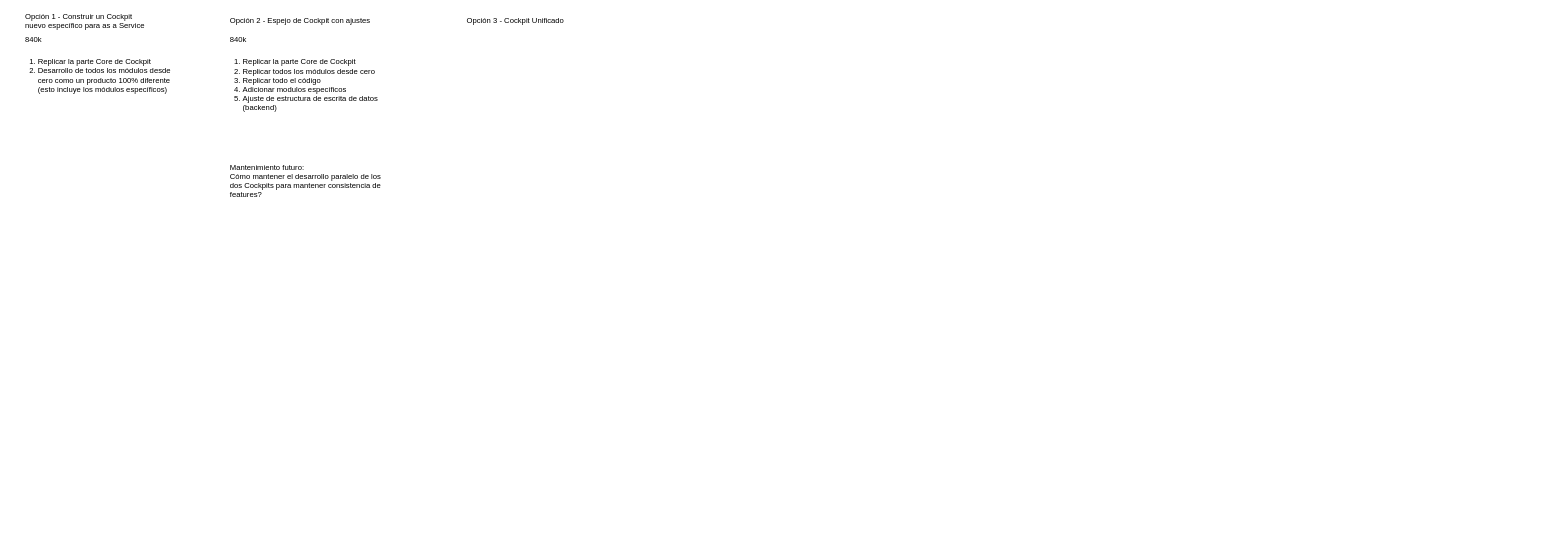
Earlier version of the draw.io diagram Ejercicio Cockpit as a Service.drawio (marcelatanaka-datascience/diagrams). Source tidied: cells renumbered, new cells numbered last; positions are measured from the earlier drawing's top-left corner, leaving out a move shared by most shapes. Both pictures are drawn from the tidied source at 64%, with x=0, y=0 at pixel (11, 11).
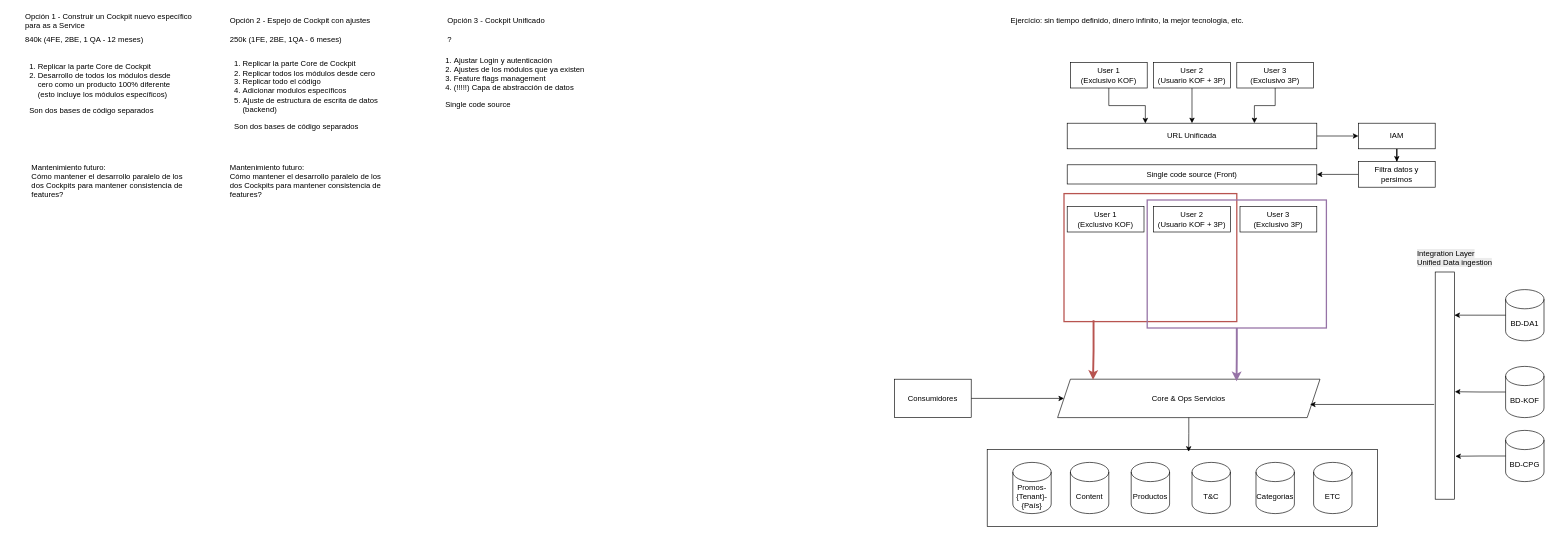
The same page after the edit.

Diff of the diagram source:
```diff
@@
+    <mxCell id="10" style="rounded=0;whiteSpace=wrap;html=1;" parent="1" vertex="1">
+      <mxGeometry x="1525" y="685" width="610" height="120" as="geometry" />
+    </mxCell>
     <mxCell id="2" value="Opción 1 - Construir un Cockpit nuevo específico para as a Service" style="text;html=1;align=left;verticalAlign=middle;whiteSpace=wrap;rounded=0;" parent="1" vertex="1">
-      <mxGeometry x="20" width="200" height="30" as="geometry" />
+      <mxGeometry x="20" width="270" height="30" as="geometry" />
     </mxCell>
@@
-    <mxCell id="4" value="840k" style="text;html=1;align=left;verticalAlign=middle;whiteSpace=wrap;rounded=0;" parent="1" vertex="1">
-      <mxGeometry x="20" y="30" width="60" height="30" as="geometry" />
+    <mxCell id="4" value="840k (4FE, 2BE, 1 QA - 12 meses)" style="text;html=1;align=left;verticalAlign=middle;whiteSpace=wrap;rounded=0;" parent="1" vertex="1">
+      <mxGeometry x="20" y="30" width="200" height="30" as="geometry" />
     </mxCell>
-    <mxCell id="5" value="&lt;ol&gt;&lt;li&gt;Replicar la parte Core de Cockpit&lt;/li&gt;&lt;li&gt;Desarrollo de todos los módulos desde cero como un producto 100% diferente (esto incluye los módulos específicos)&lt;/li&gt;&lt;/ol&gt;" style="text;html=1;align=left;verticalAlign=middle;whiteSpace=wrap;rounded=0;" parent="1" vertex="1">
-      <mxGeometry y="70" width="250" height="60" as="geometry" />
+    <mxCell id="5" value="&lt;ol&gt;&lt;li&gt;Replicar la parte Core de Cockpit&lt;/li&gt;&lt;li&gt;Desarrollo de todos los módulos desde cero como un producto 100% diferente (esto incluye los módulos específicos)&amp;nbsp;&lt;/li&gt;&lt;/ol&gt;&lt;div&gt;&lt;span style=&quot;white-space: pre;&quot;&gt;&#9;&lt;/span&gt;Son dos bases de código separados&lt;/div&gt;" style="text;html=1;align=left;verticalAlign=middle;whiteSpace=wrap;rounded=0;" parent="1" vertex="1">
+      <mxGeometry y="85" width="250" height="60" as="geometry" />
     </mxCell>
-    <mxCell id="6" value="&lt;ol&gt;&lt;li&gt;Replicar la parte Core de Cockpit&lt;/li&gt;&lt;li&gt;Replicar todos los módulos desde cero&lt;/li&gt;&lt;li&gt;Replicar todo el código&lt;/li&gt;&lt;li&gt;Adicionar modulos específicos&lt;/li&gt;&lt;li&gt;Ajuste de estructura de escrita de datos (backend)&lt;/li&gt;&lt;/ol&gt;" style="text;html=1;align=left;verticalAlign=middle;whiteSpace=wrap;rounded=0;" parent="1" vertex="1">
-      <mxGeometry x="320" y="70" width="260" height="90" as="geometry" />
+    <mxCell id="6" value="&lt;ol&gt;&lt;li&gt;Replicar la parte Core de Cockpit&lt;/li&gt;&lt;li&gt;Replicar todos los módulos desde cero&lt;/li&gt;&lt;li&gt;Replicar todo el código&lt;/li&gt;&lt;li&gt;Adicionar modulos específicos&lt;/li&gt;&lt;li&gt;Ajuste de estructura de escrita de datos (backend)&lt;/li&gt;&lt;/ol&gt;&lt;div&gt;&lt;span style=&quot;white-space: pre;&quot;&gt;&#9;&lt;/span&gt;Son dos bases de código separados&lt;/div&gt;" style="text;html=1;align=left;verticalAlign=middle;whiteSpace=wrap;rounded=0;" parent="1" vertex="1">
+      <mxGeometry x="320" y="80" width="260" height="90" as="geometry" />
     </mxCell>
     <mxCell id="7" value="Opción 3 - Cockpit Unificado" style="text;html=1;align=left;verticalAlign=middle;whiteSpace=wrap;rounded=0;" parent="1" vertex="1">
-      <mxGeometry x="710" width="170" height="30" as="geometry" />
+      <mxGeometry x="680" width="170" height="30" as="geometry" />
     </mxCell>
-    <mxCell id="8" value="840k" style="text;html=1;align=left;verticalAlign=middle;whiteSpace=wrap;rounded=0;" parent="1" vertex="1">
-      <mxGeometry x="340" y="30" width="60" height="30" as="geometry" />
+    <mxCell id="8" value="250k (1FE, 2BE, 1QA - 6 meses)" style="text;html=1;align=left;verticalAlign=middle;whiteSpace=wrap;rounded=0;" parent="1" vertex="1">
+      <mxGeometry x="340" y="30" width="220" height="30" as="geometry" />
     </mxCell>
@@
+    <mxCell id="11" value="Mantenimiento futuro:&lt;div&gt;Cómo mantener el desarrollo paralelo de los dos Cockpits para mantener consistencia de features?&lt;/div&gt;" style="text;html=1;align=left;verticalAlign=middle;whiteSpace=wrap;rounded=0;" parent="1" vertex="1">
+      <mxGeometry x="30" y="240" width="250" height="50" as="geometry" />
+    </mxCell>
+    <mxCell id="12" value="Ejercício: sin tiempo definido, dinero infinito, la mejor tecnologia, etc." style="text;html=1;align=left;verticalAlign=middle;whiteSpace=wrap;rounded=0;" parent="1" vertex="1">
+      <mxGeometry x="1560" width="410" height="30" as="geometry" />
+    </mxCell>
+    <mxCell id="13" style="edgeStyle=orthogonalEdgeStyle;rounded=0;jettySize=auto;html=1;exitX=1;exitY=0.5;exitDx=0;exitDy=0;" parent="1" edge="1" source="14" target="26">
+      <mxGeometry relative="1" as="geometry" />
+    </mxCell>
+    <mxCell id="14" value="URL Unificada" style="rounded=0;whiteSpace=wrap;html=1;" parent="1" vertex="1">
+      <mxGeometry x="1650" y="175" width="390" height="40" as="geometry" />
+    </mxCell>
+    <mxCell id="15" value="User 1&lt;br&gt;(Exclusivo KOF)" style="rounded=0;whiteSpace=wrap;html=1;" parent="1" vertex="1">
+      <mxGeometry x="1655" y="80" width="120" height="40" as="geometry" />
+    </mxCell>
+    <mxCell id="16" style="edgeStyle=orthogonalEdgeStyle;rounded=0;jettySize=auto;html=1;" parent="1" edge="1" source="17" target="14">
+      <mxGeometry relative="1" as="geometry" />
+    </mxCell>
+    <mxCell id="17" value="User 2&lt;br&gt;(Usuario KOF + 3P)" style="rounded=0;whiteSpace=wrap;html=1;" parent="1" vertex="1">
+      <mxGeometry x="1785" y="80" width="120" height="40" as="geometry" />
+    </mxCell>
+    <mxCell id="18" style="edgeStyle=orthogonalEdgeStyle;rounded=0;jettySize=auto;html=1;entryX=0.75;entryY=0;entryDx=0;entryDy=0;" parent="1" edge="1" source="19" target="14">
+      <mxGeometry relative="1" as="geometry" />
+    </mxCell>
+    <mxCell id="19" value="User 3&lt;br&gt;(Exclusivo 3P)" style="rounded=0;whiteSpace=wrap;html=1;" parent="1" vertex="1">
+      <mxGeometry x="1915" y="80" width="120" height="40" as="geometry" />
+    </mxCell>
+    <mxCell id="20" style="edgeStyle=orthogonalEdgeStyle;rounded=0;jettySize=auto;html=1;entryX=0.313;entryY=0.006;entryDx=0;entryDy=0;entryPerimeter=0;" parent="1" edge="1" source="15" target="14">
+      <mxGeometry relative="1" as="geometry" />
+    </mxCell>
+    <mxCell id="21" value="User 1&lt;br&gt;(Exclusivo KOF)" style="rounded=0;whiteSpace=wrap;html=1;" parent="1" vertex="1">
+      <mxGeometry x="1650" y="305" width="120" height="40" as="geometry" />
+    </mxCell>
+    <mxCell id="22" value="User 2&lt;br&gt;(Usuario KOF + 3P)" style="rounded=0;whiteSpace=wrap;html=1;" parent="1" vertex="1">
+      <mxGeometry x="1785" y="305" width="120" height="40" as="geometry" />
+    </mxCell>
+    <mxCell id="23" value="User 3&lt;br&gt;(Exclusivo 3P)" style="rounded=0;whiteSpace=wrap;html=1;" parent="1" vertex="1">
+      <mxGeometry x="1920" y="305" width="120" height="40" as="geometry" />
+    </mxCell>
+    <mxCell id="24" value="Single code source (Front)" style="rounded=0;whiteSpace=wrap;html=1;" parent="1" vertex="1">
+      <mxGeometry x="1650" y="240" width="390" height="30" as="geometry" />
+    </mxCell>
+    <mxCell id="25" style="edgeStyle=orthogonalEdgeStyle;rounded=0;jettySize=auto;html=1;" parent="1" edge="1" source="26" target="28">
+      <mxGeometry relative="1" as="geometry" />
+    </mxCell>
+    <mxCell id="26" value="IAM" style="rounded=0;whiteSpace=wrap;html=1;" parent="1" vertex="1">
+      <mxGeometry x="2105" y="175" width="120" height="40" as="geometry" />
+    </mxCell>
+    <mxCell id="27" style="edgeStyle=orthogonalEdgeStyle;rounded=0;jettySize=auto;html=1;" parent="1" edge="1" source="28" target="24">
+      <mxGeometry relative="1" as="geometry" />
+    </mxCell>
+    <mxCell id="28" value="Filtra datos y persimos" style="rounded=0;whiteSpace=wrap;html=1;" parent="1" vertex="1">
+      <mxGeometry x="2105" y="235" width="120" height="40" as="geometry" />
+    </mxCell>
+    <mxCell id="29" style="rounded=0;whiteSpace=wrap;html=1;fillColor=none;strokeColor=#b85450;strokeWidth=2;" parent="1" vertex="1">
+      <mxGeometry x="1645" y="285" width="270" height="200" as="geometry" />
+    </mxCell>
+    <mxCell id="30" style="rounded=0;whiteSpace=wrap;html=1;fillColor=none;strokeColor=#9673a6;strokeWidth=2;" parent="1" vertex="1">
+      <mxGeometry x="1775" y="295" width="280" height="200" as="geometry" />
+    </mxCell>
+    <mxCell id="31" value="Core &amp;amp; Ops Servicios" style="shape=parallelogram;perimeter=parallelogramPerimeter;whiteSpace=wrap;html=1;fixedSize=1;" parent="1" vertex="1">
+      <mxGeometry x="1635" y="575" width="410" height="60" as="geometry" />
+    </mxCell>
+    <mxCell id="32" value="BD-DA1" style="shape=cylinder3;whiteSpace=wrap;html=1;boundedLbl=1;backgroundOutline=1;size=15;" parent="1" vertex="1">
+      <mxGeometry x="2335" y="435" width="60" height="80" as="geometry" />
+    </mxCell>
+    <mxCell id="33" value="BD-KOF" style="shape=cylinder3;whiteSpace=wrap;html=1;boundedLbl=1;backgroundOutline=1;size=15;" parent="1" vertex="1">
+      <mxGeometry x="2335" y="555" width="60" height="80" as="geometry" />
+    </mxCell>
+    <mxCell id="34" value="BD-CPG" style="shape=cylinder3;whiteSpace=wrap;html=1;boundedLbl=1;backgroundOutline=1;size=15;" parent="1" vertex="1">
+      <mxGeometry x="2335" y="655" width="60" height="80" as="geometry" />
+    </mxCell>
+    <mxCell id="35" style="rounded=0;whiteSpace=wrap;html=1;" parent="1" vertex="1">
+      <mxGeometry x="2225" y="407.5" width="30" height="355" as="geometry" />
+    </mxCell>
+    <mxCell id="36" value="&lt;span style=&quot;color: rgb(0, 0, 0); font-family: Helvetica; font-size: 12px; font-style: normal; font-variant-ligatures: normal; font-variant-caps: normal; font-weight: 400; letter-spacing: normal; orphans: 2; text-align: center; text-indent: 0px; text-transform: none; widows: 2; word-spacing: 0px; -webkit-text-stroke-width: 0px; white-space: normal; background-color: rgb(236, 236, 236); text-decoration-thickness: initial; text-decoration-style: initial; text-decoration-color: initial; float: none; display: inline !important;&quot;&gt;Integration Layer&lt;br&gt;Unified Data ingestion&lt;/span&gt;" style="text;whiteSpace=wrap;html=1;" parent="1" vertex="1">
+      <mxGeometry x="2195" y="365" width="150" height="27.5" as="geometry" />
+    </mxCell>
+    <mxCell id="37" style="edgeStyle=orthogonalEdgeStyle;rounded=0;jettySize=auto;html=1;exitX=0;exitY=0.5;exitDx=0;exitDy=0;exitPerimeter=0;entryX=1;entryY=0.19;entryDx=0;entryDy=0;entryPerimeter=0;" parent="1" edge="1" source="32" target="35">
+      <mxGeometry relative="1" as="geometry" />
+    </mxCell>
+    <mxCell id="38" style="edgeStyle=orthogonalEdgeStyle;rounded=0;jettySize=auto;html=1;exitX=0;exitY=0.5;exitDx=0;exitDy=0;exitPerimeter=0;entryX=1.023;entryY=0.527;entryDx=0;entryDy=0;entryPerimeter=0;" parent="1" edge="1" source="33" target="35">
+      <mxGeometry relative="1" as="geometry" />
+    </mxCell>
+    <mxCell id="39" style="edgeStyle=orthogonalEdgeStyle;rounded=0;jettySize=auto;html=1;exitX=0;exitY=0.5;exitDx=0;exitDy=0;exitPerimeter=0;entryX=1.049;entryY=0.811;entryDx=0;entryDy=0;entryPerimeter=0;" parent="1" edge="1" source="34" target="35">
+      <mxGeometry relative="1" as="geometry" />
+    </mxCell>
+    <mxCell id="40" style="edgeStyle=orthogonalEdgeStyle;rounded=0;jettySize=auto;html=1;exitX=-0.054;exitY=0.583;exitDx=0;exitDy=0;entryX=0.962;entryY=0.658;entryDx=0;entryDy=0;entryPerimeter=0;exitPerimeter=0;" parent="1" edge="1" source="35" target="31">
+      <mxGeometry relative="1" as="geometry" />
+    </mxCell>
+    <mxCell id="41" value="Promos-{Tenant}-{País}" style="shape=cylinder3;whiteSpace=wrap;html=1;boundedLbl=1;backgroundOutline=1;size=15;" parent="1" vertex="1">
+      <mxGeometry x="1565" y="705" width="60" height="80" as="geometry" />
+    </mxCell>
+    <mxCell id="42" value="Content" style="shape=cylinder3;whiteSpace=wrap;html=1;boundedLbl=1;backgroundOutline=1;size=15;" parent="1" vertex="1">
+      <mxGeometry x="1655" y="705" width="60" height="80" as="geometry" />
+    </mxCell>
+    <mxCell id="43" value="Productos" style="shape=cylinder3;whiteSpace=wrap;html=1;boundedLbl=1;backgroundOutline=1;size=15;" parent="1" vertex="1">
+      <mxGeometry x="1750" y="705" width="60" height="80" as="geometry" />
+    </mxCell>
+    <mxCell id="44" value="T&amp;amp;C" style="shape=cylinder3;whiteSpace=wrap;html=1;boundedLbl=1;backgroundOutline=1;size=15;" parent="1" vertex="1">
+      <mxGeometry x="1845" y="705" width="60" height="80" as="geometry" />
+    </mxCell>
+    <mxCell id="45" value="Categorias" style="shape=cylinder3;whiteSpace=wrap;html=1;boundedLbl=1;backgroundOutline=1;size=15;" parent="1" vertex="1">
+      <mxGeometry x="1945" y="705" width="60" height="80" as="geometry" />
+    </mxCell>
+    <mxCell id="46" value="ETC" style="shape=cylinder3;whiteSpace=wrap;html=1;boundedLbl=1;backgroundOutline=1;size=15;" parent="1" vertex="1">
+      <mxGeometry x="2035" y="705" width="60" height="80" as="geometry" />
+    </mxCell>
+    <mxCell id="47" style="edgeStyle=orthogonalEdgeStyle;rounded=0;jettySize=auto;html=1;entryX=0.135;entryY=0.017;entryDx=0;entryDy=0;entryPerimeter=0;exitX=0.171;exitY=0.99;exitDx=0;exitDy=0;exitPerimeter=0;fillColor=#f8cecc;strokeColor=#b85450;strokeWidth=3;" parent="1" edge="1" source="29" target="31">
+      <mxGeometry relative="1" as="geometry" />
+    </mxCell>
+    <mxCell id="48" style="edgeStyle=orthogonalEdgeStyle;rounded=0;jettySize=auto;html=1;entryX=0.682;entryY=0.054;entryDx=0;entryDy=0;entryPerimeter=0;fillColor=#e1d5e7;strokeColor=#9673a6;strokeWidth=3;" parent="1" edge="1" source="30" target="31">
+      <mxGeometry relative="1" as="geometry" />
+    </mxCell>
+    <mxCell id="49" style="edgeStyle=orthogonalEdgeStyle;rounded=0;jettySize=auto;html=1;entryX=0.516;entryY=0.028;entryDx=0;entryDy=0;entryPerimeter=0;" parent="1" edge="1" source="31" target="10">
+      <mxGeometry relative="1" as="geometry" />
+    </mxCell>
+    <mxCell id="50" style="edgeStyle=orthogonalEdgeStyle;rounded=0;jettySize=auto;html=1;exitX=1;exitY=0.5;exitDx=0;exitDy=0;" parent="1" edge="1" source="51" target="31">
+      <mxGeometry relative="1" as="geometry" />
+    </mxCell>
+    <mxCell id="51" value="Consumidores" style="rounded=0;whiteSpace=wrap;html=1;" parent="1" vertex="1">
+      <mxGeometry x="1380" y="575" width="120" height="60" as="geometry" />
+    </mxCell>
+    <mxCell id="52" value="&lt;ol&gt;&lt;li&gt;Ajustar Login y autenticación&lt;/li&gt;&lt;li&gt;Ajustes de los módulos que ya existen&lt;/li&gt;&lt;li&gt;Feature flags management&lt;/li&gt;&lt;li&gt;(!!!!!) Capa de abstracción de datos&lt;/li&gt;&lt;/ol&gt;&lt;div&gt;&lt;span style=&quot;white-space: pre;&quot;&gt;&#9;&lt;/span&gt;Single code source&lt;/div&gt;" style="text;html=1;align=left;verticalAlign=middle;whiteSpace=wrap;rounded=0;" parent="1" vertex="1">
+      <mxGeometry x="650" y="60" width="260" height="90" as="geometry" />
+    </mxCell>
+    <mxCell id="53" value="?" style="text;html=1;align=left;verticalAlign=middle;whiteSpace=wrap;rounded=0;" parent="1" vertex="1">
+      <mxGeometry x="680" y="30" width="220" height="30" as="geometry" />
+    </mxCell>
```
